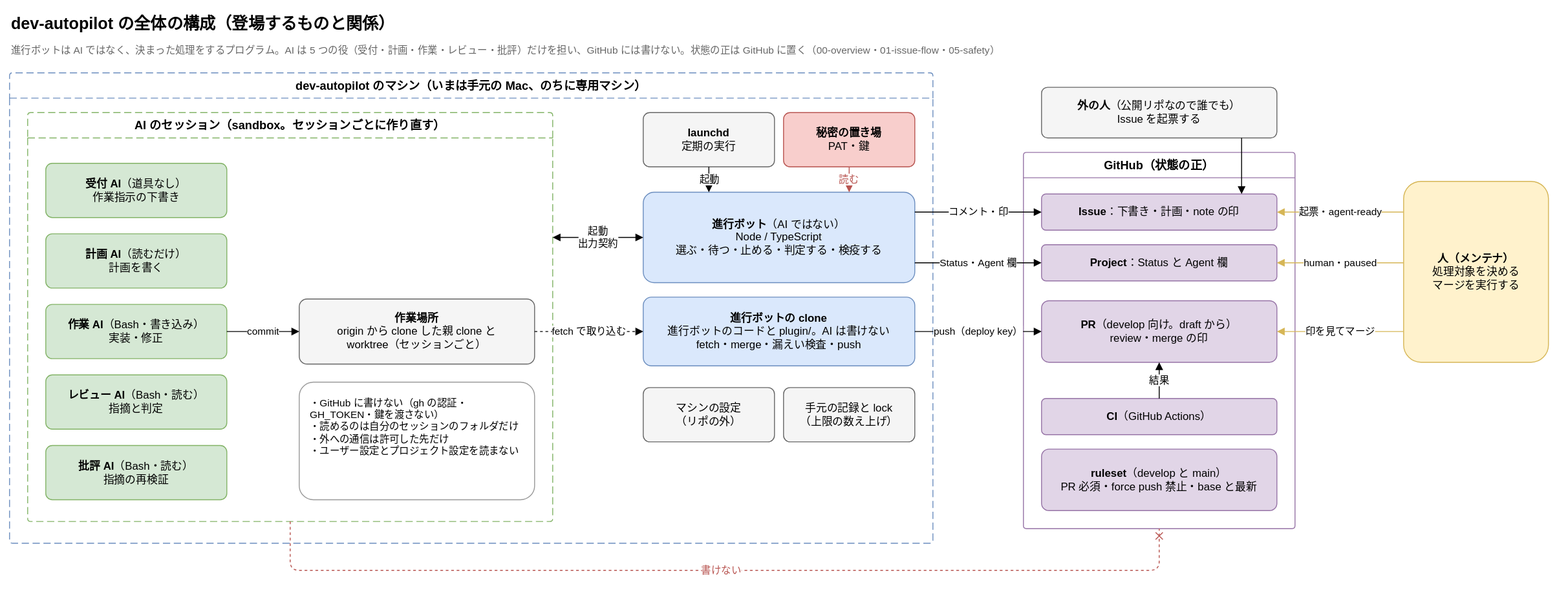
Before: dev-autopilot/docs/diagrams/overview.drawio.svg, a diagram exported from draw.io (Joymerrevent/business-os). Source tidied: cells renumbered, new cells last; positions are measured from the earlier drawing's top-left corner, leaving out a move shared by most shapes.
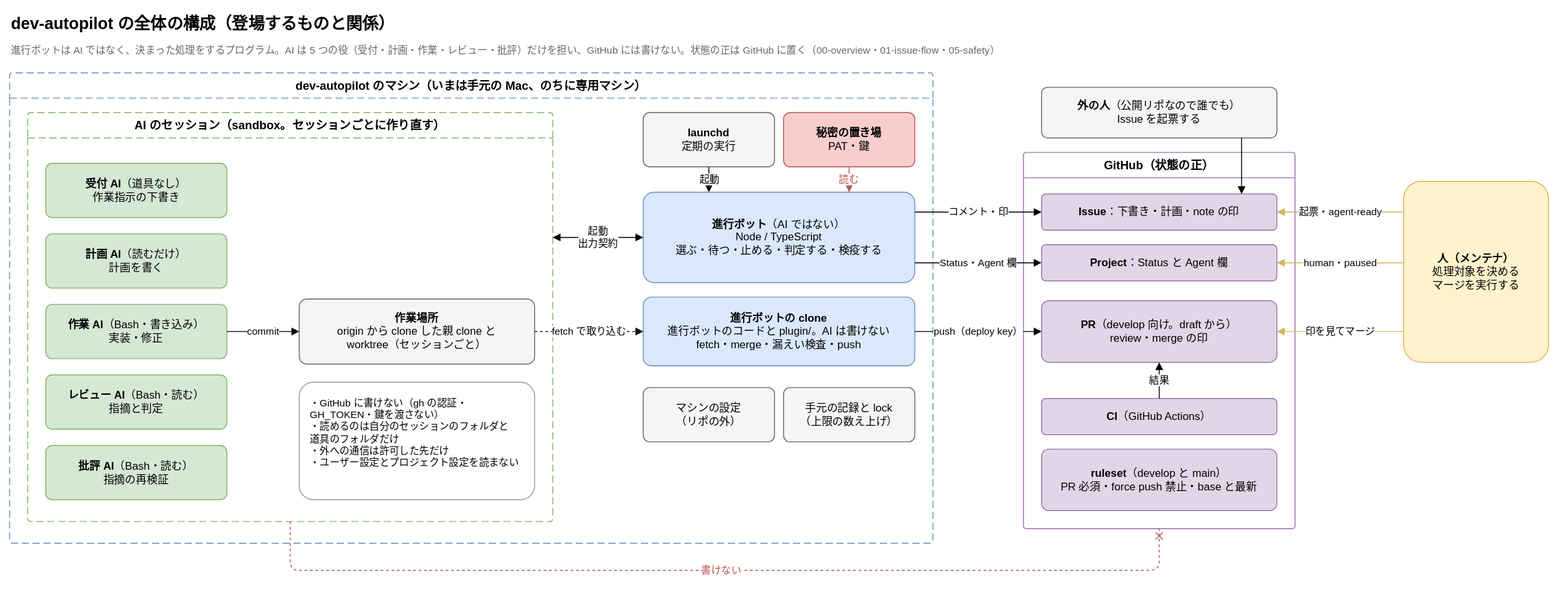
Above is the later version.

Commit message:
docs(dev-autopilot): 図の読める範囲と実行の失敗の原因を要件に合わせる

- 全体の構成：AI のセッションが読めるのは「自分のセッションのフォルダ」だけでなく、
  道具のフォルダも含む（SAFE-2、隔離と鍵の図の sandbox の規則）
- Issue の流れ：実行の失敗の原因は FLOW-30 に 7 つあり、図は 4 つだけを挙げていたので「など」を足す

The edit, as a diff of the source:
```diff
@@ -32,7 +32,7 @@
     <mxCell id="11" value="&lt;b&gt;作業場所&lt;/b&gt;&lt;br&gt;origin から clone した親 clone と&lt;br&gt;worktree（セッションごと）" style="rounded=1;whiteSpace=wrap;html=1;fontSize=12;arcSize=12;fillColor=#f5f5f5;strokeColor=#666666;spacing=12;" parent="5" vertex="1">
       <mxGeometry x="300" y="206" width="260" height="72" as="geometry" />
     </mxCell>
-    <mxCell id="12" value="・GitHub に書けない（gh の認証・GH_TOKEN・鍵を渡さない）&lt;br&gt;・読めるのは自分のセッションのフォルダだけ&lt;br&gt;・外への通信は許可した先だけ&lt;br&gt;・ユーザー設定とプロジェクト設定を読まない" style="rounded=1;whiteSpace=wrap;html=1;fontSize=12;arcSize=12;align=left;verticalAlign=top;fontSize=11;fillColor=#ffffff;strokeColor=#999999;spacing=12;" parent="5" vertex="1">
+    <mxCell id="12" value="・GitHub に書けない（gh の認証・GH_TOKEN・鍵を渡さない）&lt;br&gt;・読めるのは自分のセッションのフォルダと&lt;br&gt;道具のフォルダだけ&lt;br&gt;・外への通信は許可した先だけ&lt;br&gt;・ユーザー設定とプロジェクト設定を読まない" style="rounded=1;whiteSpace=wrap;html=1;fontSize=12;arcSize=12;align=left;verticalAlign=top;fontSize=11;fillColor=#ffffff;strokeColor=#999999;spacing=12;" parent="5" vertex="1">
       <mxGeometry x="300" y="298" width="260" height="130" as="geometry" />
     </mxCell>
     <mxCell id="13" value="&lt;b&gt;launchd&lt;/b&gt;&lt;br&gt;定期の実行" style="rounded=1;whiteSpace=wrap;html=1;fontSize=12;arcSize=12;fillColor=#f5f5f5;strokeColor=#666666;spacing=12;" parent="1" vertex="1">
```
